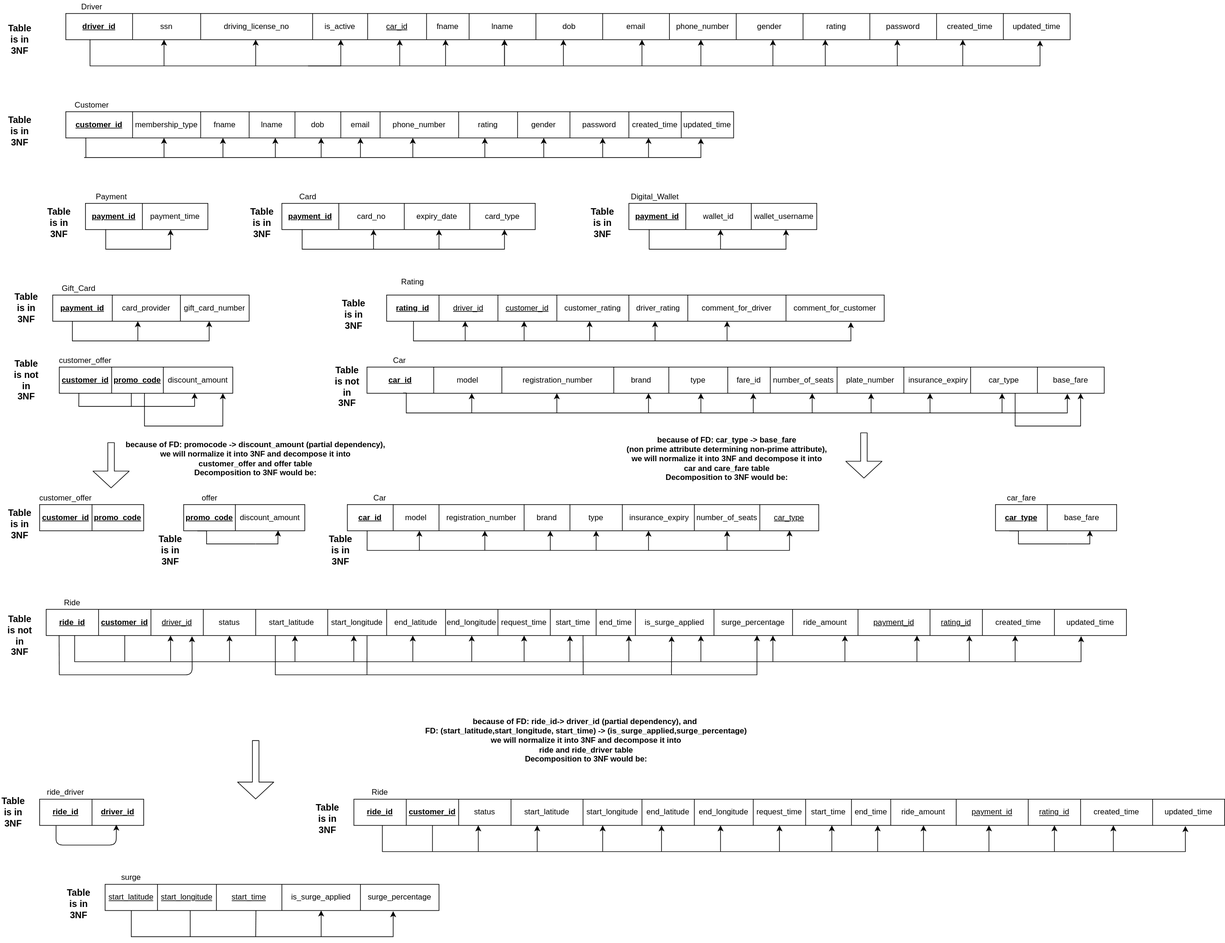
Earlier version of the draw.io export ER Schema without normalization.svg (NandhiniPeriyasamy13/Uber-backend-database-design). Source tidied: cells renumbered, new cells last; positions are measured from the earlier drawing's top-left corner, leaving out a move shared by most shapes.
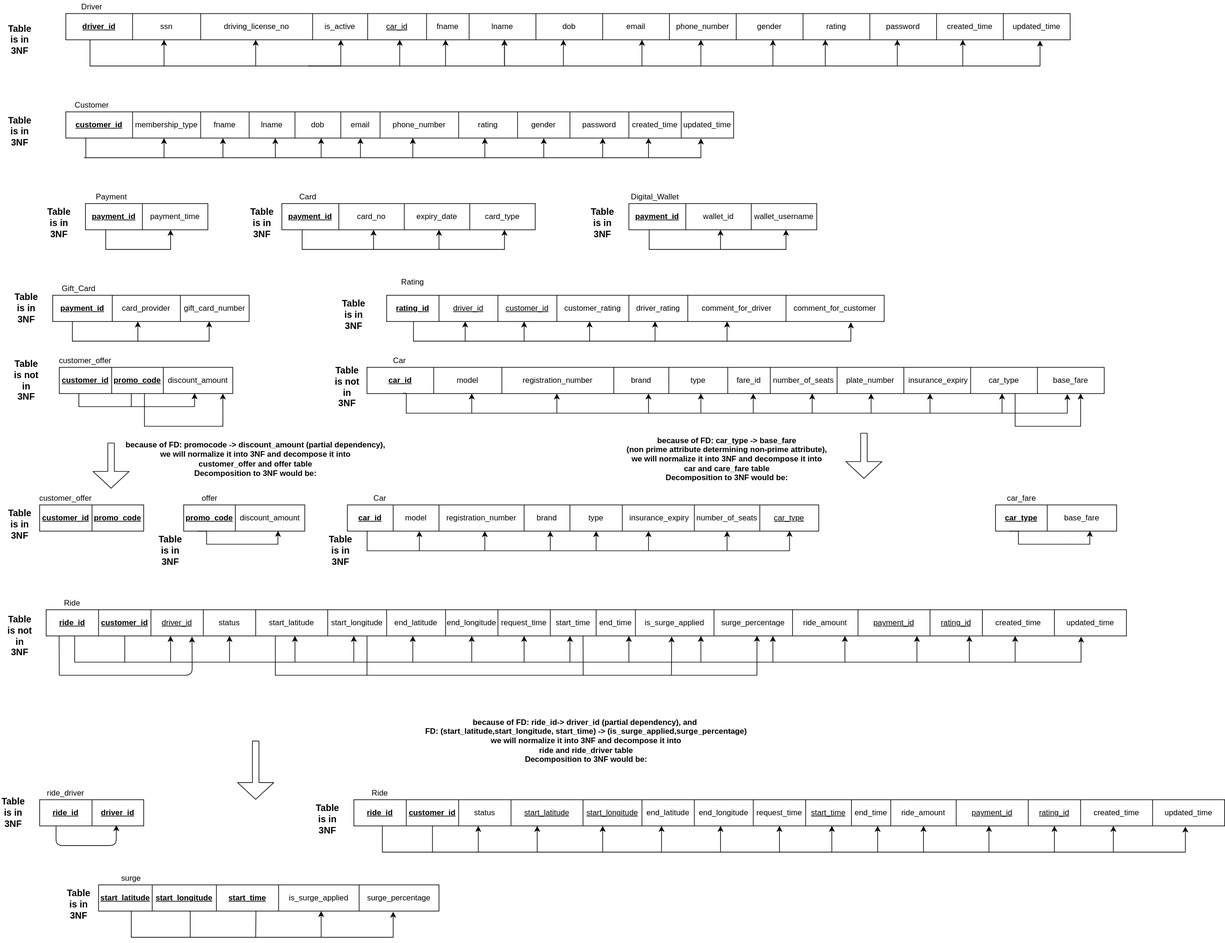
The same diagram one commit later.

Commit message:
ER Schema with normalization steps

The edit, as a diff of the source:
```diff
@@ -1016,10 +1016,10 @@
     <mxCell id="205" value="status" style="shape=partialRectangle;html=1;whiteSpace=wrap;fillColor=none;top=0;left=0;bottom=0;right=0;overflow=hidden;fontSize=12;" parent="202" vertex="1">
       <mxGeometry x="160" width="80" height="40" as="geometry" />
     </mxCell>
-    <mxCell id="206" value="start_latitude" style="shape=partialRectangle;html=1;whiteSpace=wrap;fillColor=none;top=0;left=0;bottom=0;right=0;overflow=hidden;fontSize=12;" parent="202" vertex="1">
+    <mxCell id="206" value="&lt;u&gt;start_latitude&lt;/u&gt;" style="shape=partialRectangle;html=1;whiteSpace=wrap;fillColor=none;top=0;left=0;bottom=0;right=0;overflow=hidden;fontSize=12;" parent="202" vertex="1">
       <mxGeometry x="240" width="110" height="40" as="geometry" />
     </mxCell>
-    <mxCell id="207" value="start_longitude" style="shape=partialRectangle;html=1;whiteSpace=wrap;fillColor=none;top=0;left=0;bottom=0;right=0;overflow=hidden;fontSize=12;" parent="202" vertex="1">
+    <mxCell id="207" value="&lt;u&gt;start_longitude&lt;/u&gt;" style="shape=partialRectangle;html=1;whiteSpace=wrap;fillColor=none;top=0;left=0;bottom=0;right=0;overflow=hidden;fontSize=12;" parent="202" vertex="1">
       <mxGeometry x="350" width="90" height="40" as="geometry" />
     </mxCell>
     <mxCell id="208" value="end_latitude" style="shape=partialRectangle;html=1;whiteSpace=wrap;fillColor=none;top=0;left=0;bottom=0;right=0;overflow=hidden;fontSize=12;" parent="202" vertex="1">
@@ -1031,7 +1031,7 @@
     <mxCell id="210" value="request_time" style="shape=partialRectangle;html=1;whiteSpace=wrap;fillColor=none;top=0;left=0;bottom=0;right=0;overflow=hidden;fontSize=12;" parent="202" vertex="1">
       <mxGeometry x="610" width="80" height="40" as="geometry" />
     </mxCell>
-    <mxCell id="211" value="start_time" style="shape=partialRectangle;html=1;whiteSpace=wrap;fillColor=none;top=0;left=0;bottom=0;right=0;overflow=hidden;fontSize=12;" parent="202" vertex="1">
+    <mxCell id="211" value="&lt;u&gt;start_time&lt;/u&gt;" style="shape=partialRectangle;html=1;whiteSpace=wrap;fillColor=none;top=0;left=0;bottom=0;right=0;overflow=hidden;fontSize=12;" parent="202" vertex="1">
       <mxGeometry x="690" width="70" height="40" as="geometry" />
     </mxCell>
     <mxCell id="212" value="end_time" style="shape=partialRectangle;html=1;whiteSpace=wrap;fillColor=none;top=0;left=0;bottom=0;right=0;overflow=hidden;fontSize=12;" parent="202" vertex="1">
@@ -1175,25 +1175,25 @@
       </mxGeometry>
     </mxCell>
     <mxCell id="232" style="shape=table;html=1;whiteSpace=wrap;startSize=0;fontSize=12;" parent="1" vertex="1">
-      <mxGeometry x="160" y="1350" width="510" height="40" as="geometry" />
+      <mxGeometry x="150" y="1350" width="520" height="40" as="geometry" />
     </mxCell>
     <mxCell id="233" style="shape=partialRectangle;html=1;whiteSpace=wrap;fillColor=none;top=0;left=0;bottom=0;right=0;fontSize=12;" parent="232" vertex="1">
-      <mxGeometry width="510" height="40" as="geometry" />
+      <mxGeometry width="520" height="40" as="geometry" />
     </mxCell>
-    <mxCell id="234" value="&lt;u&gt;start_latitude&lt;/u&gt;" style="shape=partialRectangle;html=1;whiteSpace=wrap;fillColor=none;top=0;left=0;bottom=0;right=0;overflow=hidden;fontSize=12;" parent="233" vertex="1">
-      <mxGeometry width="80" height="40" as="geometry" />
+    <mxCell id="234" value="&lt;u&gt;&lt;b&gt;start_latitude&lt;/b&gt;&lt;/u&gt;" style="shape=partialRectangle;html=1;whiteSpace=wrap;fillColor=none;top=0;left=0;bottom=0;right=0;overflow=hidden;fontSize=12;" parent="233" vertex="1">
+      <mxGeometry width="82" height="40" as="geometry" />
     </mxCell>
-    <mxCell id="235" value="&lt;u&gt;start_longitude&lt;/u&gt;" style="shape=partialRectangle;html=1;whiteSpace=wrap;fillColor=none;top=0;left=0;bottom=0;right=0;overflow=hidden;fontSize=12;" parent="233" vertex="1">
-      <mxGeometry x="80" width="90" height="40" as="geometry" />
+    <mxCell id="235" value="&lt;u&gt;&lt;b&gt;start_longitude&lt;/b&gt;&lt;/u&gt;" style="shape=partialRectangle;html=1;whiteSpace=wrap;fillColor=none;top=0;left=0;bottom=0;right=0;overflow=hidden;fontSize=12;" parent="233" vertex="1">
+      <mxGeometry x="82" width="98" height="40" as="geometry" />
     </mxCell>
-    <mxCell id="236" value="&lt;u&gt;start_time&lt;/u&gt;" style="shape=partialRectangle;html=1;whiteSpace=wrap;fillColor=none;top=0;left=0;bottom=0;right=0;overflow=hidden;fontSize=12;" parent="233" vertex="1">
-      <mxGeometry x="170" width="100" height="40" as="geometry" />
+    <mxCell id="236" value="&lt;u&gt;&lt;b&gt;start_time&lt;/b&gt;&lt;/u&gt;" style="shape=partialRectangle;html=1;whiteSpace=wrap;fillColor=none;top=0;left=0;bottom=0;right=0;overflow=hidden;fontSize=12;" parent="233" vertex="1">
+      <mxGeometry x="180" width="95" height="40" as="geometry" />
     </mxCell>
     <mxCell id="237" value="&lt;span style=&quot;font-size: 12px;&quot;&gt;is_surge_applied&lt;/span&gt;" style="shape=partialRectangle;html=1;whiteSpace=wrap;fillColor=none;top=0;left=0;bottom=0;right=0;overflow=hidden;fontSize=12;" parent="233" vertex="1">
-      <mxGeometry x="270" width="120" height="40" as="geometry" />
+      <mxGeometry x="275" width="123" height="40" as="geometry" />
     </mxCell>
     <mxCell id="238" value="surge_percentage" style="shape=partialRectangle;html=1;whiteSpace=wrap;fillColor=none;top=0;left=0;bottom=0;right=0;overflow=hidden;fontSize=12;" parent="233" vertex="1">
-      <mxGeometry x="390" width="120" height="40" as="geometry" />
+      <mxGeometry x="398" width="122" height="40" as="geometry" />
     </mxCell>
     <mxCell id="239" value="&lt;font style=&quot;font-size: 12px&quot;&gt;surge&lt;/font&gt;" style="text;html=1;strokeColor=none;fillColor=none;align=center;verticalAlign=middle;whiteSpace=wrap;rounded=0;fontSize=12;" parent="1" vertex="1">
       <mxGeometry x="170" y="1330" width="60" height="20" as="geometry" />
```
